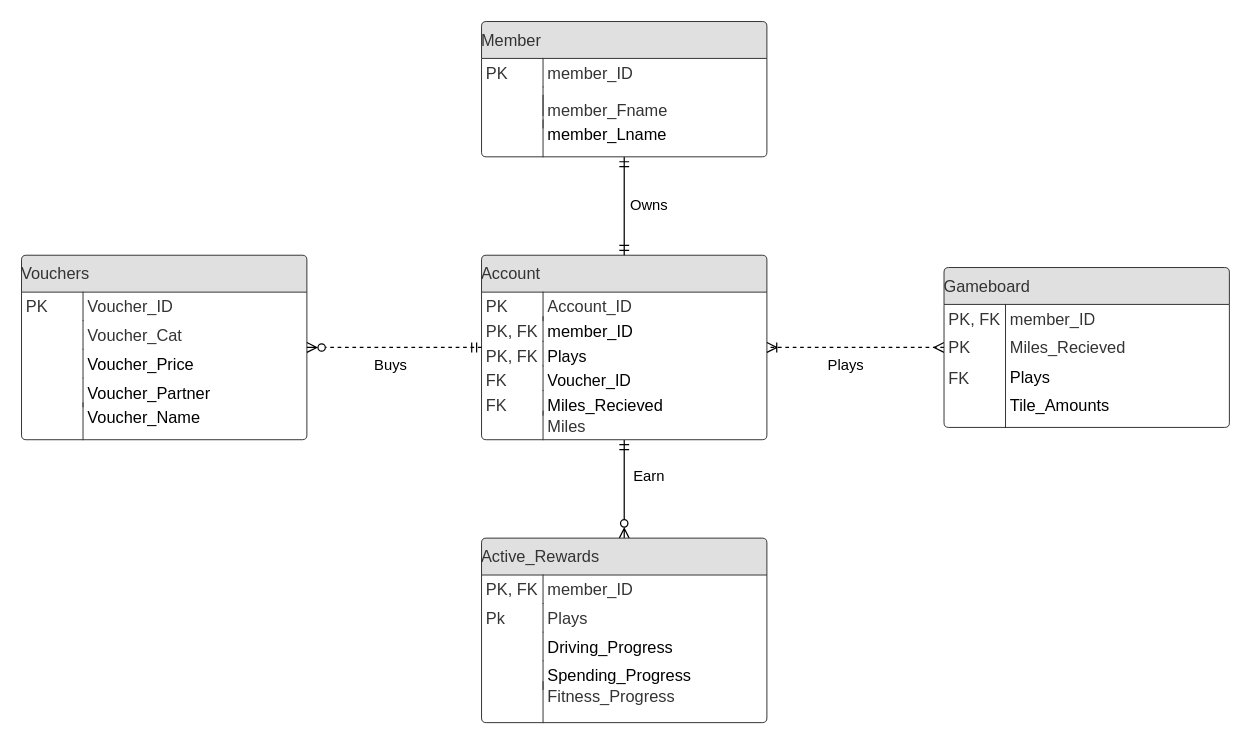
The draw.io diagram CMPG323proj1.drawio in TimonAugustyn/AccountSystem28585984, before the edit. Source tidied: cells renumbered, new cells numbered last; positions are measured from the earlier drawing's top-left corner, leaving out a move shared by most shapes. Both pictures are drawn from the tidied source at 123%, with x=0, y=0 at pixel (21, 21).
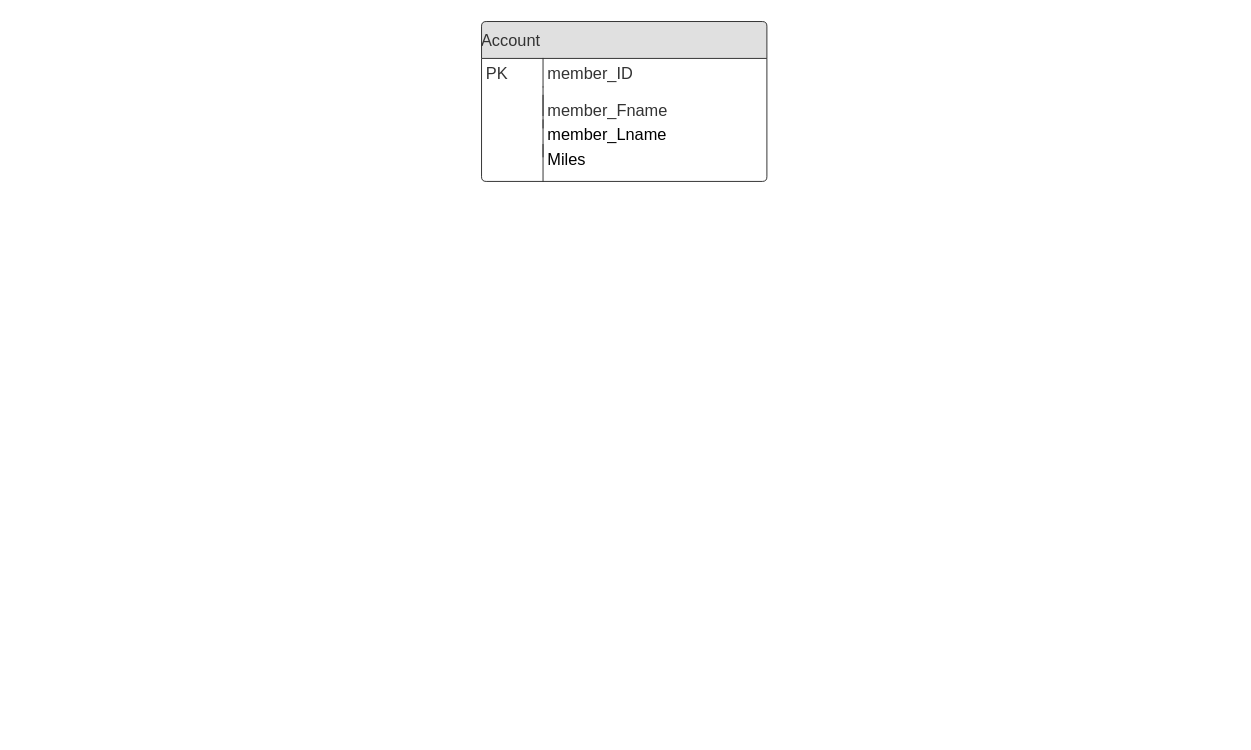
The same diagram, later.

Change to the diagram source:
```diff
@@
-    <mxCell id="2" style="edgeStyle=orthogonalEdgeStyle;rounded=0;jettySize=auto;html=1;entryX=0.5;entryY=0;entryDx=0;entryDy=0;startArrow=ERmandOne;startFill=0;endArrow=ERzeroToMany;endFill=0;" parent="1" edge="1" source="3" target="22">
-      <mxGeometry relative="1" as="geometry" />
-    </mxCell>
-    <mxCell id="3" value="Account" style="html=1;overflow=block;blockSpacing=1;whiteSpace=wrap;swimlane;fontStyle=0;swimlaneFillColor=#ffffff;startSize=30;whiteSpace=wrap;fontSize=13.3;fontColor=#333333;align=left;fillColor=#e0e0e0;whiteSpace=wrap;spacing=0;strokeColor=#333333;strokeOpacity=100;fillOpacity=100;rounded=1;absoluteArcSize=1;arcSize=7.5;strokeWidth=0.8;" parent="1" vertex="1">
-      <mxGeometry x="374" y="190" width="232" height="150" as="geometry" />
-    </mxCell>
-    <mxCell id="4" value="PK" style="strokeColor=none;align=left;verticalAlign=top;spacingLeft=4;spacingRight=4;overflow=hidden;whiteSpace=wrap;swimlaneFillColor=#ffffff;whiteSpace=wrap;fontSize=13.3;fontColor=#333333;fillColor=none;strokeOpacity=100;fillOpacity=100;whiteSpace=wrap;spacing=0;rounded=1;absoluteArcSize=1;arcSize=7.5;strokeWidth=0.8;" parent="3" vertex="1">
-      <mxGeometry y="30" width="54.2" height="23.2" as="geometry" />
-    </mxCell>
-    <mxCell id="5" value="Account_ID" style="shape=partialRectangle;top=0;right=0;bottom=0;align=left;verticalAlign=top;spacingLeft=4;spacingRight=4;overflow=hidden;whiteSpace=wrap;swimlaneFillColor=#ffffff;whiteSpace=wrap;fontSize=13.3;fontColor=#333333;fillColor=none;strokeOpacity=100;fillOpacity=100;whiteSpace=wrap;spacing=0;strokeColor=#333333;rounded=1;absoluteArcSize=1;arcSize=7.5;strokeWidth=0.8;" parent="3" vertex="1">
-      <mxGeometry x="50" y="30" width="160" height="23.2" as="geometry" />
-    </mxCell>
-    <mxCell id="6" value="member_ID" style="shape=partialRectangle;top=0;right=0;bottom=0;align=left;verticalAlign=top;spacingLeft=4;spacingRight=4;overflow=hidden;whiteSpace=wrap;swimlaneFillColor=#ffffff;whiteSpace=wrap;fontSize=13.3;fillColor=none;strokeOpacity=100;fillOpacity=100;whiteSpace=wrap;spacing=0;strokeColor=#333333;rounded=1;absoluteArcSize=1;arcSize=7.5;strokeWidth=0.8;" parent="3" vertex="1">
-      <mxGeometry x="50" y="50" width="160" height="20" as="geometry" />
-    </mxCell>
-    <mxCell id="7" value="Plays" style="shape=partialRectangle;top=0;right=0;bottom=0;align=left;verticalAlign=top;spacingLeft=4;spacingRight=4;overflow=hidden;whiteSpace=wrap;swimlaneFillColor=#ffffff;whiteSpace=wrap;fontSize=13;fillColor=none;strokeOpacity=100;fillOpacity=100;whiteSpace=wrap;spacing=0;strokeColor=#333333;rounded=1;absoluteArcSize=1;arcSize=7.5;strokeWidth=0.8;" parent="3" vertex="1">
-      <mxGeometry x="50" y="70" width="160" height="20" as="geometry" />
-    </mxCell>
-    <mxCell id="8" value="Voucher_ID" style="shape=partialRectangle;top=0;right=0;bottom=0;align=left;verticalAlign=top;spacingLeft=4;spacingRight=4;overflow=hidden;whiteSpace=wrap;swimlaneFillColor=#ffffff;whiteSpace=wrap;fontSize=13;fillColor=none;strokeOpacity=100;fillOpacity=100;whiteSpace=wrap;spacing=0;strokeColor=#333333;rounded=1;absoluteArcSize=1;arcSize=7.5;strokeWidth=0.8;" parent="3" vertex="1">
-      <mxGeometry x="50" y="90" width="160.8" height="20" as="geometry" />
-    </mxCell>
-    <mxCell id="9" value="PK, FK" style="strokeColor=none;align=left;verticalAlign=top;spacingLeft=4;spacingRight=4;overflow=hidden;whiteSpace=wrap;swimlaneFillColor=#ffffff;whiteSpace=wrap;fontSize=13.3;fontColor=#333333;fillColor=none;strokeOpacity=100;fillOpacity=100;whiteSpace=wrap;spacing=0;rounded=1;absoluteArcSize=1;arcSize=7.5;strokeWidth=0.8;" parent="3" vertex="1">
-      <mxGeometry y="50" width="54.2" height="23.2" as="geometry" />
-    </mxCell>
-    <mxCell id="10" value="PK, FK" style="strokeColor=none;align=left;verticalAlign=top;spacingLeft=4;spacingRight=4;overflow=hidden;whiteSpace=wrap;swimlaneFillColor=#ffffff;whiteSpace=wrap;fontSize=13.3;fontColor=#333333;fillColor=none;strokeOpacity=100;fillOpacity=100;whiteSpace=wrap;spacing=0;rounded=1;absoluteArcSize=1;arcSize=7.5;strokeWidth=0.8;" parent="3" vertex="1">
-      <mxGeometry y="70" width="54.2" height="23.2" as="geometry" />
-    </mxCell>
-    <mxCell id="11" value="FK" style="strokeColor=none;align=left;verticalAlign=top;spacingLeft=4;spacingRight=4;overflow=hidden;whiteSpace=wrap;swimlaneFillColor=#ffffff;whiteSpace=wrap;fontSize=13.3;fontColor=#333333;fillColor=none;strokeOpacity=100;fillOpacity=100;whiteSpace=wrap;spacing=0;rounded=1;absoluteArcSize=1;arcSize=7.5;strokeWidth=0.8;" parent="3" vertex="1">
-      <mxGeometry y="90" width="54.2" height="23.2" as="geometry" />
-    </mxCell>
-    <mxCell id="12" value="Miles_Recieved" style="shape=partialRectangle;top=0;right=0;bottom=0;align=left;verticalAlign=top;spacingLeft=4;spacingRight=4;overflow=hidden;whiteSpace=wrap;swimlaneFillColor=#ffffff;whiteSpace=wrap;fontSize=13.3;fillColor=none;strokeOpacity=100;fillOpacity=100;whiteSpace=wrap;spacing=0;strokeColor=#333333;rounded=1;absoluteArcSize=1;arcSize=7.5;strokeWidth=0.8;" parent="3" vertex="1">
-      <mxGeometry x="50" y="110" width="156" height="20" as="geometry" />
-    </mxCell>
-    <mxCell id="13" value="Miles" style="shape=partialRectangle;top=0;right=0;bottom=0;align=left;verticalAlign=top;spacingLeft=4;spacingRight=4;overflow=hidden;whiteSpace=wrap;swimlaneFillColor=#ffffff;whiteSpace=wrap;fontSize=13.3;fontColor=#333333;fillColor=none;strokeOpacity=100;fillOpacity=100;whiteSpace=wrap;spacing=0;strokeColor=#333333;rounded=1;absoluteArcSize=1;arcSize=7.5;strokeWidth=0.8;" parent="3" vertex="1">
-      <mxGeometry x="50" y="126.8" width="156" height="23.2" as="geometry" />
-    </mxCell>
-    <mxCell id="14" value="FK" style="strokeColor=none;align=left;verticalAlign=top;spacingLeft=4;spacingRight=4;overflow=hidden;whiteSpace=wrap;swimlaneFillColor=#ffffff;whiteSpace=wrap;fontSize=13.3;fontColor=#333333;fillColor=none;strokeOpacity=100;fillOpacity=100;whiteSpace=wrap;spacing=0;rounded=1;absoluteArcSize=1;arcSize=7.5;strokeWidth=0.8;" parent="3" vertex="1">
-      <mxGeometry y="110" width="54.2" height="23.2" as="geometry" />
-    </mxCell>
-    <mxCell id="15" value="Vouchers" style="html=1;overflow=block;blockSpacing=1;whiteSpace=wrap;swimlane;fontStyle=0;swimlaneFillColor=#ffffff;startSize=30;whiteSpace=wrap;fontSize=13.3;fontColor=#333333;align=left;fillColor=#e0e0e0;whiteSpace=wrap;spacing=0;strokeColor=#333333;strokeOpacity=100;fillOpacity=100;rounded=1;absoluteArcSize=1;arcSize=7.5;strokeWidth=0.8;" parent="1" vertex="1">
-      <mxGeometry y="190" width="232" height="150" as="geometry" />
-    </mxCell>
-    <mxCell id="16" value="PK" style="strokeColor=none;align=left;verticalAlign=top;spacingLeft=4;spacingRight=4;overflow=hidden;whiteSpace=wrap;swimlaneFillColor=#ffffff;whiteSpace=wrap;fontSize=13.3;fontColor=#333333;fillColor=none;strokeOpacity=100;fillOpacity=100;whiteSpace=wrap;spacing=0;rounded=1;absoluteArcSize=1;arcSize=7.5;strokeWidth=0.8;" parent="15" vertex="1">
-      <mxGeometry y="30" width="54.2" height="23.2" as="geometry" />
-    </mxCell>
-    <mxCell id="17" value="Voucher_ID" style="shape=partialRectangle;top=0;right=0;bottom=0;align=left;verticalAlign=top;spacingLeft=4;spacingRight=4;overflow=hidden;whiteSpace=wrap;swimlaneFillColor=#ffffff;whiteSpace=wrap;fontSize=13.3;fontColor=#333333;fillColor=none;strokeOpacity=100;fillOpacity=100;whiteSpace=wrap;spacing=0;strokeColor=#333333;rounded=1;absoluteArcSize=1;arcSize=7.5;strokeWidth=0.8;" parent="15" vertex="1">
-      <mxGeometry x="50" y="30" width="160" height="23.2" as="geometry" />
-    </mxCell>
-    <mxCell id="18" value="Voucher_Cat" style="shape=partialRectangle;top=0;right=0;bottom=0;align=left;verticalAlign=top;spacingLeft=4;spacingRight=4;overflow=hidden;whiteSpace=wrap;swimlaneFillColor=#ffffff;whiteSpace=wrap;fontSize=13.3;fontColor=#333333;fillColor=none;strokeOpacity=100;fillOpacity=100;whiteSpace=wrap;spacing=0;strokeColor=#333333;rounded=1;absoluteArcSize=1;arcSize=7.5;strokeWidth=0.8;" parent="15" vertex="1">
-      <mxGeometry x="50" y="53.2" width="160" height="23.2" as="geometry" />
-    </mxCell>
-    <mxCell id="19" value="Voucher_Price" style="shape=partialRectangle;top=0;right=0;bottom=0;align=left;verticalAlign=top;spacingLeft=4;spacingRight=4;overflow=hidden;whiteSpace=wrap;swimlaneFillColor=#ffffff;whiteSpace=wrap;fontSize=13.3;fillColor=none;strokeOpacity=100;fillOpacity=100;whiteSpace=wrap;spacing=0;strokeColor=#333333;rounded=1;absoluteArcSize=1;arcSize=7.5;strokeWidth=0.8;" parent="15" vertex="1">
-      <mxGeometry x="50" y="76.5" width="160" height="23.2" as="geometry" />
-    </mxCell>
-    <mxCell id="20" value="Voucher_Partner" style="shape=partialRectangle;top=0;right=0;bottom=0;align=left;verticalAlign=top;spacingLeft=4;spacingRight=4;overflow=hidden;whiteSpace=wrap;swimlaneFillColor=#ffffff;whiteSpace=wrap;fontSize=13.3;fillColor=none;strokeOpacity=100;fillOpacity=100;whiteSpace=wrap;spacing=0;strokeColor=#333333;rounded=1;absoluteArcSize=1;arcSize=7.5;strokeWidth=0.8;" parent="15" vertex="1">
-      <mxGeometry x="50" y="100" width="155.8" height="23.2" as="geometry" />
-    </mxCell>
-    <mxCell id="21" value="Voucher_Name" style="shape=partialRectangle;top=0;right=0;bottom=0;align=left;verticalAlign=top;spacingLeft=4;spacingRight=4;overflow=hidden;whiteSpace=wrap;swimlaneFillColor=#ffffff;whiteSpace=wrap;fontSize=13.3;fillColor=none;strokeOpacity=100;fillOpacity=100;whiteSpace=wrap;spacing=0;strokeColor=#333333;rounded=1;absoluteArcSize=1;arcSize=7.5;strokeWidth=0.8;" parent="15" vertex="1">
-      <mxGeometry x="50" y="120" width="155.8" height="30" as="geometry" />
-    </mxCell>
-    <mxCell id="22" value="Active_Rewards" style="html=1;overflow=block;blockSpacing=1;whiteSpace=wrap;swimlane;fontStyle=0;swimlaneFillColor=#ffffff;startSize=30;whiteSpace=wrap;fontSize=13.3;fontColor=#333333;align=left;fillColor=#e0e0e0;whiteSpace=wrap;spacing=0;strokeColor=#333333;strokeOpacity=100;fillOpacity=100;rounded=1;absoluteArcSize=1;arcSize=7.5;strokeWidth=0.8;" parent="1" vertex="1">
-      <mxGeometry x="374" y="420" width="232" height="150" as="geometry" />
-    </mxCell>
-    <mxCell id="23" value="PK, FK" style="strokeColor=none;align=left;verticalAlign=top;spacingLeft=4;spacingRight=4;overflow=hidden;whiteSpace=wrap;swimlaneFillColor=#ffffff;whiteSpace=wrap;fontSize=13.3;fontColor=#333333;fillColor=none;strokeOpacity=100;fillOpacity=100;whiteSpace=wrap;spacing=0;rounded=1;absoluteArcSize=1;arcSize=7.5;strokeWidth=0.8;" parent="22" vertex="1">
-      <mxGeometry y="30" width="54.2" height="23.2" as="geometry" />
-    </mxCell>
-    <mxCell id="24" value="member_ID" style="shape=partialRectangle;top=0;right=0;bottom=0;align=left;verticalAlign=top;spacingLeft=4;spacingRight=4;overflow=hidden;whiteSpace=wrap;swimlaneFillColor=#ffffff;whiteSpace=wrap;fontSize=13.3;fontColor=#333333;fillColor=none;strokeOpacity=100;fillOpacity=100;whiteSpace=wrap;spacing=0;strokeColor=#333333;rounded=1;absoluteArcSize=1;arcSize=7.5;strokeWidth=0.8;" parent="22" vertex="1">
-      <mxGeometry x="50" y="30" width="160" height="23.2" as="geometry" />
-    </mxCell>
-    <mxCell id="25" value="Plays" style="shape=partialRectangle;top=0;right=0;bottom=0;align=left;verticalAlign=top;spacingLeft=4;spacingRight=4;overflow=hidden;whiteSpace=wrap;swimlaneFillColor=#ffffff;whiteSpace=wrap;fontSize=13.3;fontColor=#333333;fillColor=none;strokeOpacity=100;fillOpacity=100;whiteSpace=wrap;spacing=0;strokeColor=#333333;rounded=1;absoluteArcSize=1;arcSize=7.5;strokeWidth=0.8;" parent="22" vertex="1">
-      <mxGeometry x="50" y="53.2" width="160" height="23.2" as="geometry" />
-    </mxCell>
-    <mxCell id="26" value="Driving_Progress" style="shape=partialRectangle;top=0;right=0;bottom=0;align=left;verticalAlign=top;spacingLeft=4;spacingRight=4;overflow=hidden;whiteSpace=wrap;swimlaneFillColor=#ffffff;whiteSpace=wrap;fontSize=13.3;fillColor=none;strokeOpacity=100;fillOpacity=100;whiteSpace=wrap;spacing=0;strokeColor=#333333;rounded=1;absoluteArcSize=1;arcSize=7.5;strokeWidth=0.8;" parent="22" vertex="1">
-      <mxGeometry x="50" y="76.5" width="160" height="23.2" as="geometry" />
-    </mxCell>
-    <mxCell id="27" value="Spending_Progress" style="shape=partialRectangle;top=0;right=0;bottom=0;align=left;verticalAlign=top;spacingLeft=4;spacingRight=4;overflow=hidden;whiteSpace=wrap;swimlaneFillColor=#ffffff;whiteSpace=wrap;fontSize=13.3;fillColor=none;strokeOpacity=100;fillOpacity=100;whiteSpace=wrap;spacing=0;strokeColor=#333333;rounded=1;absoluteArcSize=1;arcSize=7.5;strokeWidth=0.8;" parent="22" vertex="1">
-      <mxGeometry x="50" y="99.8" width="160" height="23.2" as="geometry" />
-    </mxCell>
-    <mxCell id="28" value="Fitness_Progress" style="shape=partialRectangle;top=0;right=0;bottom=0;align=left;verticalAlign=top;spacingLeft=4;spacingRight=4;overflow=hidden;whiteSpace=wrap;swimlaneFillColor=#ffffff;whiteSpace=wrap;fontSize=13.3;fontColor=#333333;fillColor=none;strokeOpacity=100;fillOpacity=100;whiteSpace=wrap;spacing=0;strokeColor=#333333;rounded=1;absoluteArcSize=1;arcSize=7.5;strokeWidth=0.8;" parent="22" vertex="1">
-      <mxGeometry x="50" y="116.8" width="165.8" height="33.2" as="geometry" />
-    </mxCell>
-    <mxCell id="29" value="Pk" style="strokeColor=none;align=left;verticalAlign=top;spacingLeft=4;spacingRight=4;overflow=hidden;whiteSpace=wrap;swimlaneFillColor=#ffffff;whiteSpace=wrap;fontSize=13.3;fontColor=#333333;fillColor=none;strokeOpacity=100;fillOpacity=100;whiteSpace=wrap;spacing=0;rounded=1;absoluteArcSize=1;arcSize=7.5;strokeWidth=0.8;" parent="22" vertex="1">
-      <mxGeometry y="52.5" width="54.2" height="23.2" as="geometry" />
-    </mxCell>
-    <mxCell id="30" style="edgeStyle=orthogonalEdgeStyle;rounded=0;jettySize=auto;html=1;entryX=1;entryY=0.5;entryDx=0;entryDy=0;exitX=0;exitY=0.5;exitDx=0;exitDy=0;startArrow=ERmandOne;startFill=0;endArrow=ERzeroToMany;endFill=0;dashed=1;" parent="1" edge="1" source="3" target="15">
-      <mxGeometry relative="1" as="geometry" />
-    </mxCell>
-    <mxCell id="31" value="Earn" style="text;html=1;align=center;verticalAlign=middle;strokeColor=none;fillColor=none;" parent="1" vertex="1">
-      <mxGeometry x="490" y="360" width="40" height="20" as="geometry" />
-    </mxCell>
-    <mxCell id="32" value="Buys" style="text;html=1;align=center;verticalAlign=middle;strokeColor=none;fillColor=none;" parent="1" vertex="1">
-      <mxGeometry x="280" y="270" width="40" height="20" as="geometry" />
-    </mxCell>
-    <mxCell id="33" style="edgeStyle=orthogonalEdgeStyle;rounded=0;jettySize=auto;html=1;entryX=1;entryY=0.5;entryDx=0;entryDy=0;startArrow=ERmany;startFill=0;endArrow=ERoneToMany;endFill=0;dashed=1;" parent="1" edge="1" source="34" target="3">
-      <mxGeometry relative="1" as="geometry" />
-    </mxCell>
-    <mxCell id="34" value="Gameboard" style="html=1;overflow=block;blockSpacing=1;whiteSpace=wrap;swimlane;fontStyle=0;swimlaneFillColor=#ffffff;startSize=30;whiteSpace=wrap;fontSize=13.3;fontColor=#333333;align=left;fillColor=#e0e0e0;whiteSpace=wrap;spacing=0;strokeColor=#333333;strokeOpacity=100;fillOpacity=100;rounded=1;absoluteArcSize=1;arcSize=7.5;strokeWidth=0.8;" parent="1" vertex="1">
-      <mxGeometry x="750" y="200" width="232" height="130" as="geometry" />
-    </mxCell>
-    <mxCell id="35" value="PK, FK" style="strokeColor=none;align=left;verticalAlign=top;spacingLeft=4;spacingRight=4;overflow=hidden;whiteSpace=wrap;swimlaneFillColor=#ffffff;whiteSpace=wrap;fontSize=13.3;fontColor=#333333;fillColor=none;strokeOpacity=100;fillOpacity=100;whiteSpace=wrap;spacing=0;rounded=1;absoluteArcSize=1;arcSize=7.5;strokeWidth=0.8;" parent="34" vertex="1">
-      <mxGeometry y="30" width="54.2" height="23.2" as="geometry" />
-    </mxCell>
-    <mxCell id="36" value="member_ID" style="shape=partialRectangle;top=0;right=0;bottom=0;align=left;verticalAlign=top;spacingLeft=4;spacingRight=4;overflow=hidden;whiteSpace=wrap;swimlaneFillColor=#ffffff;whiteSpace=wrap;fontSize=13.3;fontColor=#333333;fillColor=none;strokeOpacity=100;fillOpacity=100;whiteSpace=wrap;spacing=0;strokeColor=#333333;rounded=1;absoluteArcSize=1;arcSize=7.5;strokeWidth=0.8;" parent="34" vertex="1">
-      <mxGeometry x="50" y="30" width="160" height="23.2" as="geometry" />
-    </mxCell>
-    <mxCell id="37" value="Miles_Recieved" style="shape=partialRectangle;top=0;right=0;bottom=0;align=left;verticalAlign=top;spacingLeft=4;spacingRight=4;overflow=hidden;whiteSpace=wrap;swimlaneFillColor=#ffffff;whiteSpace=wrap;fontSize=13.3;fontColor=#333333;fillColor=none;strokeOpacity=100;fillOpacity=100;whiteSpace=wrap;spacing=0;strokeColor=#333333;rounded=1;absoluteArcSize=1;arcSize=7.5;strokeWidth=0.8;" parent="34" vertex="1">
-      <mxGeometry x="50" y="53.2" width="160" height="23.2" as="geometry" />
-    </mxCell>
-    <mxCell id="38" value="Plays" style="shape=partialRectangle;top=0;right=0;bottom=0;align=left;verticalAlign=top;spacingLeft=4;spacingRight=4;overflow=hidden;whiteSpace=wrap;swimlaneFillColor=#ffffff;whiteSpace=wrap;fontSize=13.3;fillColor=none;strokeOpacity=100;fillOpacity=100;whiteSpace=wrap;spacing=0;strokeColor=#333333;rounded=1;absoluteArcSize=1;arcSize=7.5;strokeWidth=0.8;" parent="34" vertex="1">
-      <mxGeometry x="50" y="76.5" width="160" height="23.2" as="geometry" />
-    </mxCell>
-    <mxCell id="39" value="Tile_Amounts" style="shape=partialRectangle;top=0;right=0;bottom=0;align=left;verticalAlign=top;spacingLeft=4;spacingRight=4;overflow=hidden;whiteSpace=wrap;swimlaneFillColor=#ffffff;whiteSpace=wrap;fontSize=13.3;fillColor=none;strokeOpacity=100;fillOpacity=100;whiteSpace=wrap;spacing=0;strokeColor=#333333;rounded=1;absoluteArcSize=1;arcSize=7.5;strokeWidth=0.8;" parent="34" vertex="1">
-      <mxGeometry x="50" y="99.8" width="160" height="30.2" as="geometry" />
-    </mxCell>
-    <mxCell id="40" value="PK" style="strokeColor=none;align=left;verticalAlign=top;spacingLeft=4;spacingRight=4;overflow=hidden;whiteSpace=wrap;swimlaneFillColor=#ffffff;whiteSpace=wrap;fontSize=13.3;fontColor=#333333;fillColor=none;strokeOpacity=100;fillOpacity=100;whiteSpace=wrap;spacing=0;rounded=1;absoluteArcSize=1;arcSize=7.5;strokeWidth=0.8;" parent="34" vertex="1">
-      <mxGeometry y="52.5" width="54.2" height="23.2" as="geometry" />
-    </mxCell>
-    <mxCell id="41" value="FK" style="strokeColor=none;align=left;verticalAlign=top;spacingLeft=4;spacingRight=4;overflow=hidden;whiteSpace=wrap;swimlaneFillColor=#ffffff;whiteSpace=wrap;fontSize=13.3;fontColor=#333333;fillColor=none;strokeOpacity=100;fillOpacity=100;whiteSpace=wrap;spacing=0;rounded=1;absoluteArcSize=1;arcSize=7.5;strokeWidth=0.8;" parent="34" vertex="1">
-      <mxGeometry y="78.1" width="54.2" height="23.2" as="geometry" />
-    </mxCell>
-    <mxCell id="42" value="Plays" style="text;html=1;align=center;verticalAlign=middle;strokeColor=none;fillColor=none;" parent="1" vertex="1">
-      <mxGeometry x="650" y="270" width="40" height="20" as="geometry" />
-    </mxCell>
-    <mxCell id="43" style="edgeStyle=orthogonalEdgeStyle;rounded=0;jettySize=auto;html=1;entryX=0.5;entryY=0;entryDx=0;entryDy=0;endArrow=ERmandOne;endFill=0;startArrow=ERmandOne;startFill=0;" parent="1" edge="1" source="44" target="3">
-      <mxGeometry relative="1" as="geometry" />
-    </mxCell>
-    <mxCell id="44" value="Member" style="html=1;overflow=block;blockSpacing=1;whiteSpace=wrap;swimlane;fontStyle=0;swimlaneFillColor=#ffffff;startSize=30;whiteSpace=wrap;fontSize=13.3;fontColor=#333333;align=left;fillColor=#e0e0e0;whiteSpace=wrap;spacing=0;strokeColor=#333333;strokeOpacity=100;fillOpacity=100;rounded=1;absoluteArcSize=1;arcSize=7.5;strokeWidth=0.8;" parent="1" vertex="1">
-      <mxGeometry x="374" width="232" height="110" as="geometry" />
+    <mxCell id="44" value="Account" style="html=1;overflow=block;blockSpacing=1;whiteSpace=wrap;swimlane;fontStyle=0;swimlaneFillColor=#ffffff;startSize=30;whiteSpace=wrap;fontSize=13.3;fontColor=#333333;align=left;fillColor=#e0e0e0;whiteSpace=wrap;spacing=0;strokeColor=#333333;strokeOpacity=100;fillOpacity=100;rounded=1;absoluteArcSize=1;arcSize=7.5;strokeWidth=0.8;" parent="1" vertex="1">
+      <mxGeometry x="374" width="232" height="130" as="geometry" />
     </mxCell>
@@
-    <mxCell id="50" value="Owns" style="text;html=1;align=center;verticalAlign=middle;strokeColor=none;fillColor=none;" parent="1" vertex="1">
-      <mxGeometry x="485" y="140" width="50" height="20" as="geometry" />
-    </mxCell>
+    <mxCell id="13" value="Miles" style="shape=partialRectangle;top=0;right=0;bottom=0;align=left;verticalAlign=top;spacingLeft=4;spacingRight=4;overflow=hidden;whiteSpace=wrap;swimlaneFillColor=#ffffff;whiteSpace=wrap;fontSize=13.3;fillColor=none;strokeOpacity=100;fillOpacity=100;whiteSpace=wrap;spacing=0;strokeColor=#333333;rounded=1;absoluteArcSize=1;arcSize=7.5;strokeWidth=0.8;" parent="44" vertex="1">
+      <mxGeometry x="50" y="100" width="152" height="30" as="geometry" />
+    </mxCell>
```
